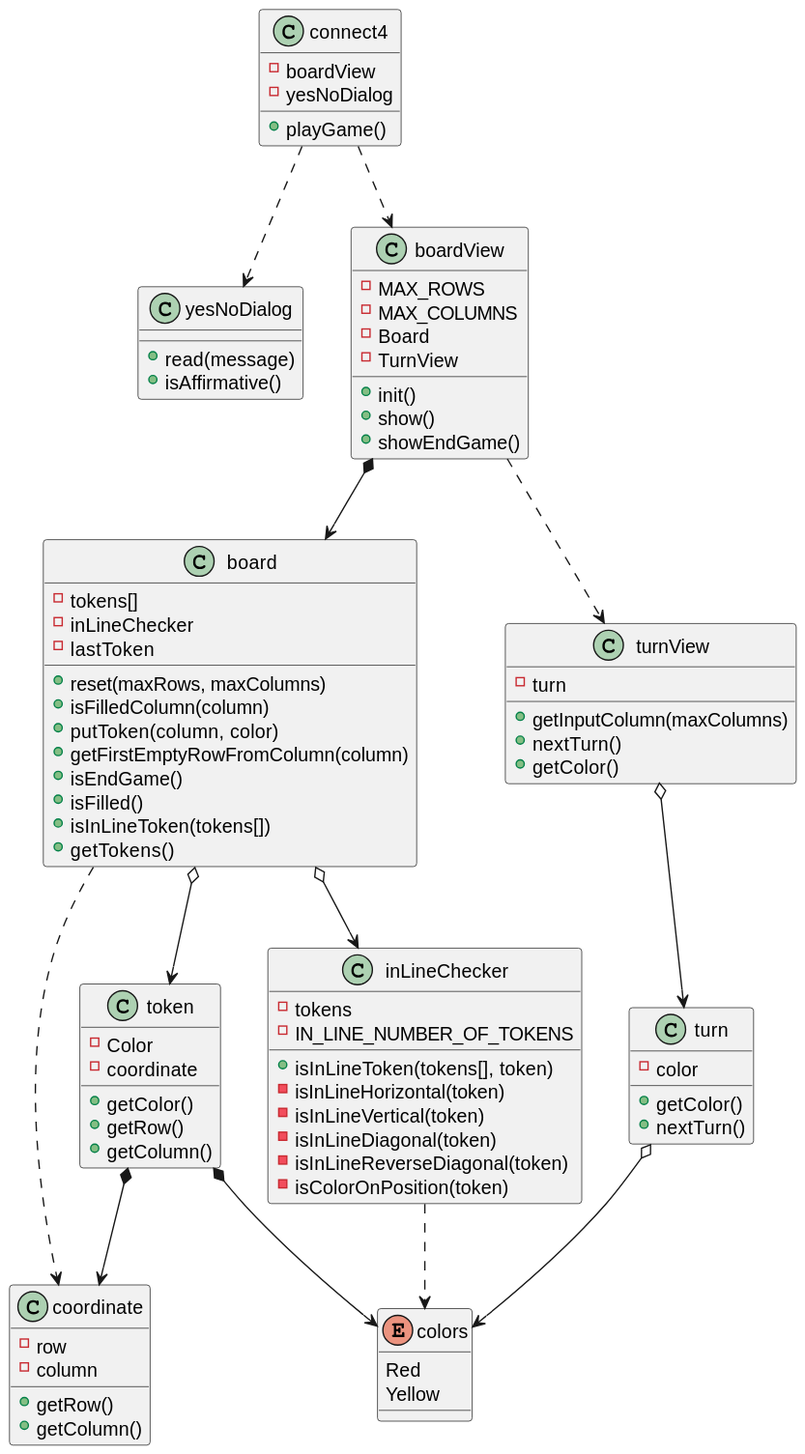
jumpering/connect4 keeps this PlantUML diagram as out/UML/softwareModel/softwareModel.svg. Above is the earlier version.
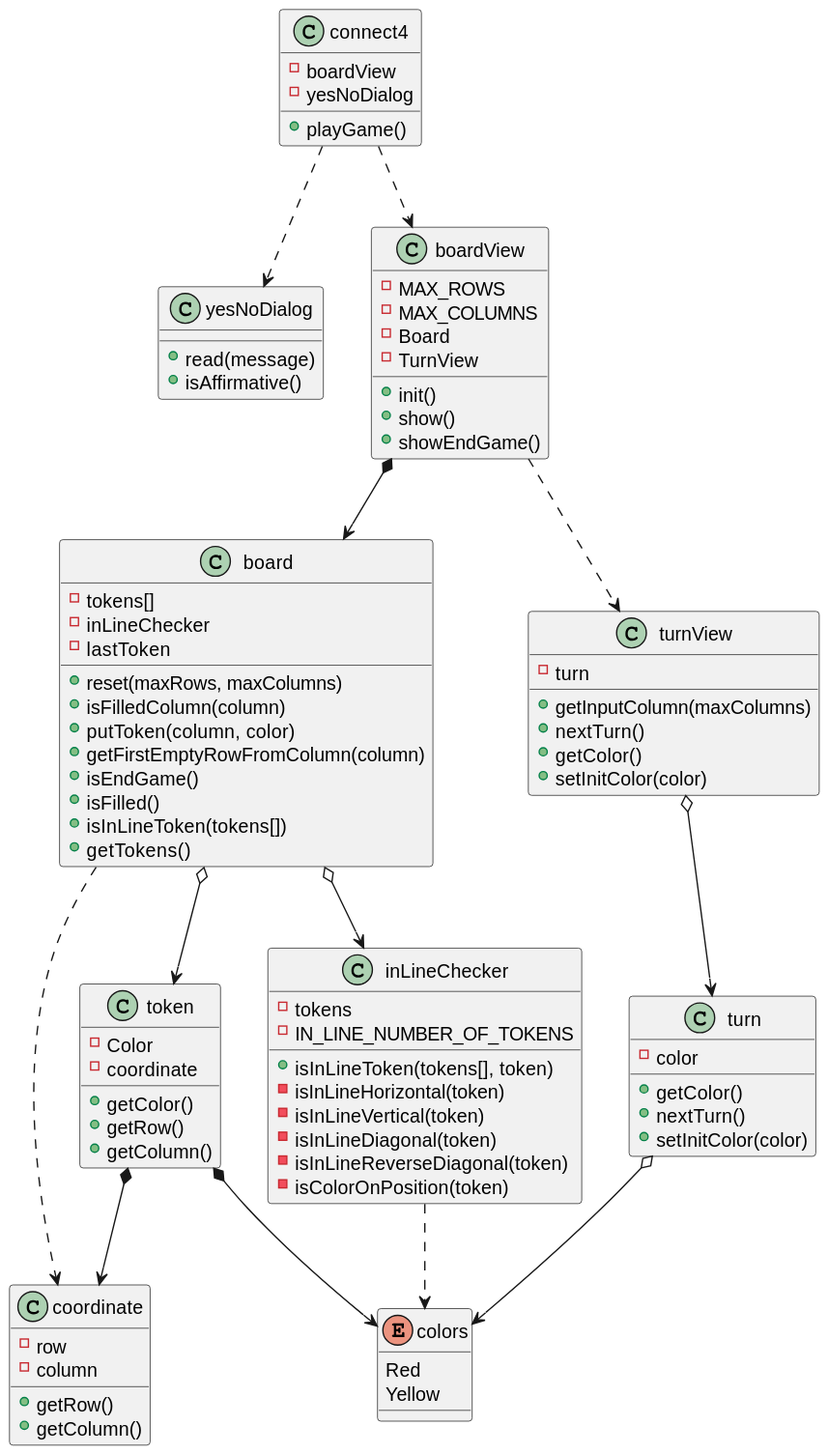
Later version of the same file.

Commit message:
add setinitColor on turn/view and UML refactor

What changed in the source:
```diff
@@ -62,12 +62,14 @@
     + getInputColumn(maxColumns)
     + nextTurn()
     + getColor()
+    + setInitColor(color)
 }
 
 class turn{
     - color
     + getColor()
     + nextTurn()
+    + setInitColor(color)
 }
 
 enum colors{
```
